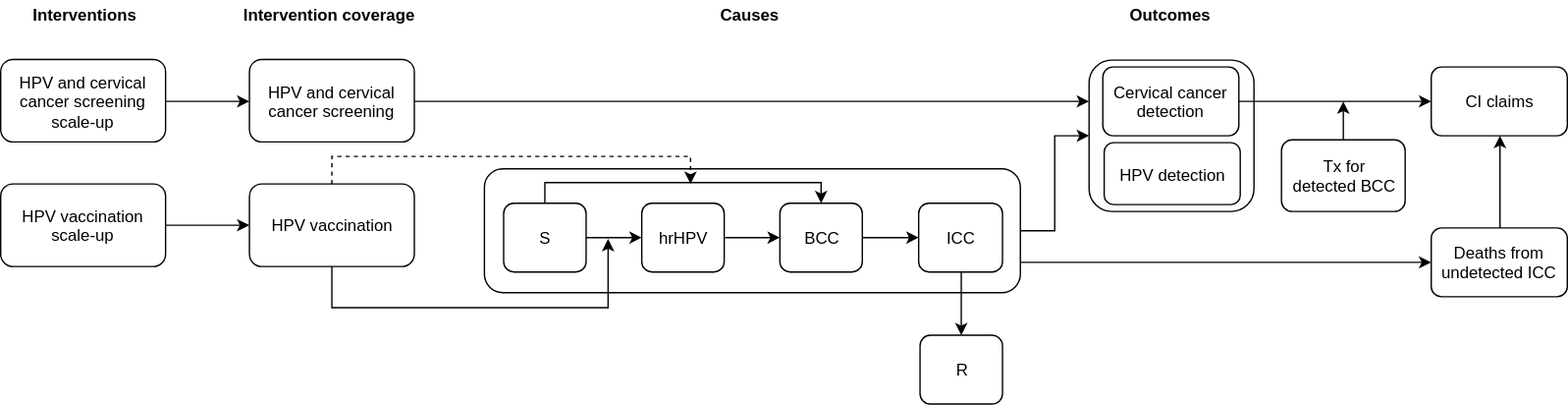
This is docs/source/concept_models/vivarium_swissre_cervicalcancer/cervical_cancer_concept_model_diagram.svg from ihmeuw/vivarium_research, a draw.io export, as it was before one commit. Source tidied: cells renumbered, new cells last; positions are measured from the earlier drawing's top-left corner, leaving out a move shared by most shapes.
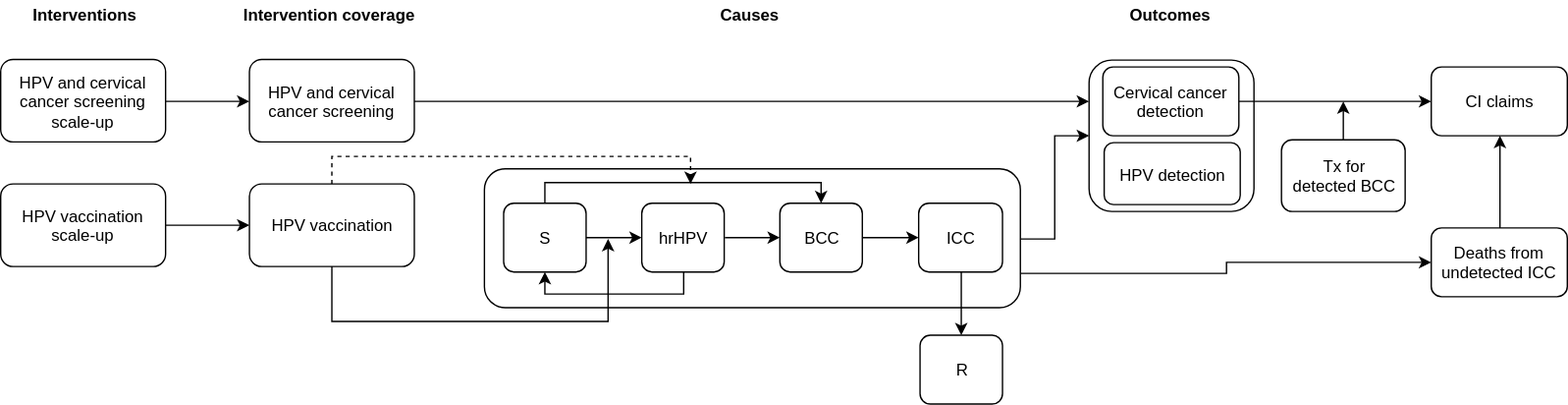
Above is the later version.

Commit message:
update cervical cancer concept model digram

Change to the diagram source:
```diff
@@ -12,7 +12,7 @@
       <mxGeometry relative="1" as="geometry" />
     </mxCell>
     <mxCell id="5" style="rounded=1;whiteSpace=wrap;html=1;" parent="1" vertex="1">
-      <mxGeometry x="352" y="122" width="390" height="90" as="geometry" />
+      <mxGeometry x="352" y="122" width="390" height="101" as="geometry" />
     </mxCell>
     <mxCell id="6" value="&lt;b&gt;Interventions&lt;/b&gt;" style="text;html=1;strokeColor=none;fillColor=none;align=center;verticalAlign=middle;whiteSpace=wrap;rounded=0;" parent="1" vertex="1">
       <mxGeometry x="40" width="40" height="20" as="geometry" />
@@ -38,6 +38,14 @@
     <mxCell id="13" style="edgeStyle=orthogonalEdgeStyle;rounded=0;jettySize=auto;html=1;exitX=1;exitY=0.5;exitDx=0;exitDy=0;entryX=0;entryY=0.5;entryDx=0;entryDy=0;" parent="1" edge="1" source="14" target="12">
       <mxGeometry relative="1" as="geometry" />
     </mxCell>
+    <mxCell id="37" style="edgeStyle=orthogonalEdgeStyle;rounded=0;jettySize=auto;html=1;exitX=0.5;exitY=1;exitDx=0;exitDy=0;entryX=0.5;entryY=1;entryDx=0;entryDy=0;" parent="1" edge="1" source="14" target="32">
+      <mxGeometry relative="1" as="geometry">
+        <Array as="points">
+          <mxPoint x="497" y="213" />
+          <mxPoint x="396" y="213" />
+        </Array>
+      </mxGeometry>
+    </mxCell>
     <mxCell id="14" value="hrHPV" style="rounded=1;whiteSpace=wrap;html=1;" parent="1" vertex="1">
       <mxGeometry x="466.5" y="147" width="60" height="50" as="geometry" />
     </mxCell>
@@ -77,8 +85,8 @@
       <mxGeometry relative="1" as="geometry">
         <mxPoint x="442" y="173" as="targetPoint" />
         <Array as="points">
-          <mxPoint x="241" y="223" />
-          <mxPoint x="442" y="223" />
+          <mxPoint x="241" y="233" />
+          <mxPoint x="442" y="233" />
         </Array>
       </mxGeometry>
     </mxCell>
```
